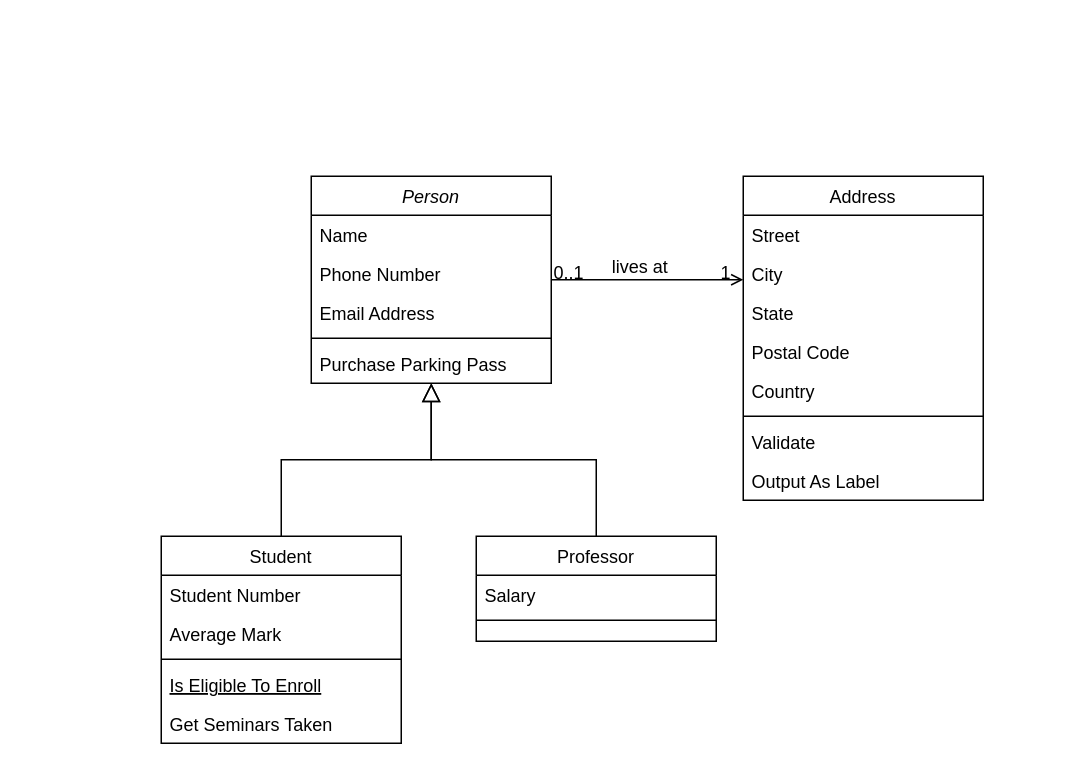
Above: AmirWork/Untitled Diagram.drawio in SENG-350-2024-fall/Team9 (draw.io), before the change. Source tidied: cells renumbered, new cells numbered last; positions are measured from the earlier drawing's top-left corner, leaving out a move shared by most shapes. Both pictures are drawn from the tidied source at 150%, with x=0, y=0 at pixel (160, 176).
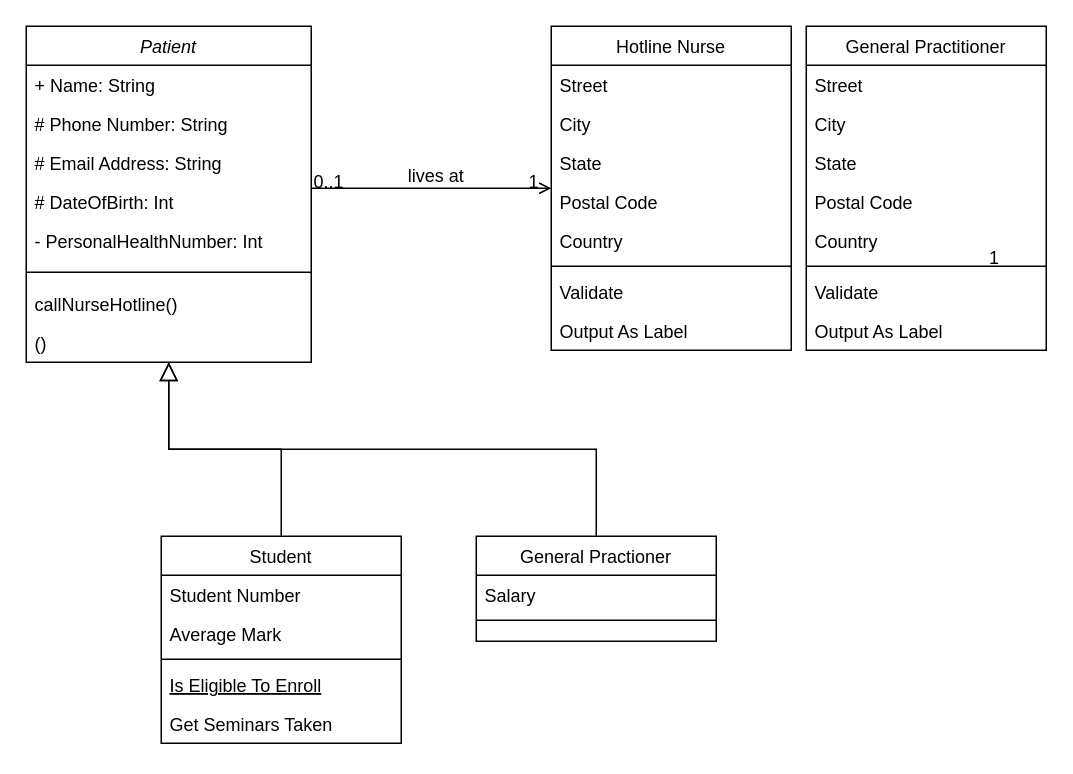
After the change.

What changed in the source:
```diff
@@
-    <mxCell id="2" value="Person" style="swimlane;fontStyle=2;align=center;verticalAlign=top;horizontal=1;startSize=26;rounded=0;shadow=0;strokeWidth=1;" parent="1" vertex="1">
-      <mxGeometry x="100" width="160" height="138" as="geometry" />
+    <mxCell id="2" value="Patient" style="swimlane;fontStyle=2;align=center;verticalAlign=top;horizontal=1;startSize=26;rounded=0;shadow=0;strokeWidth=1;" parent="1" vertex="1">
+      <mxGeometry x="-90" y="-100" width="190" height="224" as="geometry" />
     </mxCell>
-    <mxCell id="3" value="Name" style="text;align=left;verticalAlign=top;spacingLeft=4;spacingRight=4;overflow=hidden;" parent="2" vertex="1">
-      <mxGeometry y="26" width="160" height="26" as="geometry" />
+    <mxCell id="3" value="+ Name: String" style="text;align=left;verticalAlign=top;spacingLeft=4;spacingRight=4;overflow=hidden;" parent="2" vertex="1">
+      <mxGeometry y="26" width="190" height="26" as="geometry" />
     </mxCell>
-    <mxCell id="4" value="Phone Number" style="text;align=left;verticalAlign=top;spacingLeft=4;spacingRight=4;overflow=hidden;rounded=0;shadow=0;html=0;" parent="2" vertex="1">
-      <mxGeometry y="52" width="160" height="26" as="geometry" />
+    <mxCell id="4" value="# Phone Number: String" style="text;align=left;verticalAlign=top;spacingLeft=4;spacingRight=4;overflow=hidden;rounded=0;shadow=0;html=0;" parent="2" vertex="1">
+      <mxGeometry y="52" width="190" height="26" as="geometry" />
     </mxCell>
-    <mxCell id="5" value="Email Address" style="text;align=left;verticalAlign=top;spacingLeft=4;spacingRight=4;overflow=hidden;rounded=0;shadow=0;html=0;" parent="2" vertex="1">
-      <mxGeometry y="78" width="160" height="26" as="geometry" />
+    <mxCell id="5" value="# Email Address: String" style="text;align=left;verticalAlign=top;spacingLeft=4;spacingRight=4;overflow=hidden;rounded=0;shadow=0;html=0;" parent="2" vertex="1">
+      <mxGeometry y="78" width="190" height="26" as="geometry" />
     </mxCell>
+    <mxCell id="32" value="# DateOfBirth: Int" style="text;align=left;verticalAlign=top;spacingLeft=4;spacingRight=4;overflow=hidden;" parent="2" vertex="1">
+      <mxGeometry y="104" width="190" height="26" as="geometry" />
+    </mxCell>
+    <mxCell id="7" value="- PersonalHealthNumber: Int" style="text;align=left;verticalAlign=top;spacingLeft=4;spacingRight=4;overflow=hidden;" parent="2" vertex="1">
+      <mxGeometry y="130" width="190" height="26" as="geometry" />
+    </mxCell>
     <mxCell id="6" style="line;html=1;strokeWidth=1;align=left;verticalAlign=middle;spacingTop=-1;spacingLeft=3;spacingRight=3;labelPosition=right;" parent="2" vertex="1">
-      <mxGeometry y="104" width="160" height="8" as="geometry" />
+      <mxGeometry y="156" width="190" height="16" as="geometry" />
     </mxCell>
-    <mxCell id="7" value="Purchase Parking Pass" style="text;align=left;verticalAlign=top;spacingLeft=4;spacingRight=4;overflow=hidden;" parent="2" vertex="1">
-      <mxGeometry y="112" width="160" height="26" as="geometry" />
-    </mxCell>
+    <mxCell id="33" value="callNurseHotline()" style="text;align=left;verticalAlign=top;spacingLeft=4;spacingRight=4;overflow=hidden;" parent="2" vertex="1">
+      <mxGeometry y="172" width="190" height="26" as="geometry" />
+    </mxCell>
+    <mxCell id="34" value="()" style="text;align=left;verticalAlign=top;spacingLeft=4;spacingRight=4;overflow=hidden;" parent="2" vertex="1">
+      <mxGeometry y="198" width="190" height="26" as="geometry" />
+    </mxCell>
@@
-    <mxCell id="15" value="Professor" style="swimlane;fontStyle=0;align=center;verticalAlign=top;horizontal=1;startSize=26;rounded=0;shadow=0;strokeWidth=1;" parent="1" vertex="1">
+    <mxCell id="15" value="General Practioner" style="swimlane;fontStyle=0;align=center;verticalAlign=top;horizontal=1;startSize=26;rounded=0;shadow=0;strokeWidth=1;" parent="1" vertex="1">
       <mxGeometry x="210" y="240" width="160" height="70" as="geometry" />
     </mxCell>
@@
-    <mxCell id="19" value="Address" style="swimlane;fontStyle=0;align=center;verticalAlign=top;horizontal=1;startSize=26;rounded=0;shadow=0;strokeWidth=1;" parent="1" vertex="1">
-      <mxGeometry x="388" width="160" height="216" as="geometry" />
+    <mxCell id="19" value="Hotline Nurse" style="swimlane;fontStyle=0;align=center;verticalAlign=top;horizontal=1;startSize=26;rounded=0;shadow=0;strokeWidth=1;" parent="1" vertex="1">
+      <mxGeometry x="260" y="-100" width="160" height="216" as="geometry" />
     </mxCell>
@@
+    <mxCell id="35" value="General Practitioner" style="swimlane;fontStyle=0;align=center;verticalAlign=top;horizontal=1;startSize=26;rounded=0;shadow=0;strokeWidth=1;" parent="1" vertex="1">
+      <mxGeometry x="430" y="-100" width="160" height="216" as="geometry" />
+    </mxCell>
+    <mxCell id="36" value="Street" style="text;align=left;verticalAlign=top;spacingLeft=4;spacingRight=4;overflow=hidden;" parent="35" vertex="1">
+      <mxGeometry y="26" width="160" height="26" as="geometry" />
+    </mxCell>
+    <mxCell id="37" value="City" style="text;align=left;verticalAlign=top;spacingLeft=4;spacingRight=4;overflow=hidden;rounded=0;shadow=0;html=0;" parent="35" vertex="1">
+      <mxGeometry y="52" width="160" height="26" as="geometry" />
+    </mxCell>
+    <mxCell id="38" value="State" style="text;align=left;verticalAlign=top;spacingLeft=4;spacingRight=4;overflow=hidden;rounded=0;shadow=0;html=0;" parent="35" vertex="1">
+      <mxGeometry y="78" width="160" height="26" as="geometry" />
+    </mxCell>
+    <mxCell id="39" value="Postal Code" style="text;align=left;verticalAlign=top;spacingLeft=4;spacingRight=4;overflow=hidden;rounded=0;shadow=0;html=0;" parent="35" vertex="1">
+      <mxGeometry y="104" width="160" height="26" as="geometry" />
+    </mxCell>
+    <mxCell id="40" value="Country" style="text;align=left;verticalAlign=top;spacingLeft=4;spacingRight=4;overflow=hidden;rounded=0;shadow=0;html=0;" parent="35" vertex="1">
+      <mxGeometry y="130" width="160" height="26" as="geometry" />
+    </mxCell>
+    <mxCell id="41" style="line;html=1;strokeWidth=1;align=left;verticalAlign=middle;spacingTop=-1;spacingLeft=3;spacingRight=3;labelPosition=right;" parent="35" vertex="1">
+      <mxGeometry y="156" width="160" height="8" as="geometry" />
+    </mxCell>
+    <mxCell id="42" value="Validate" style="text;align=left;verticalAlign=top;spacingLeft=4;spacingRight=4;overflow=hidden;" parent="35" vertex="1">
+      <mxGeometry y="164" width="160" height="26" as="geometry" />
+    </mxCell>
+    <mxCell id="43" value="Output As Label" style="text;align=left;verticalAlign=top;spacingLeft=4;spacingRight=4;overflow=hidden;" parent="35" vertex="1">
+      <mxGeometry y="190" width="160" height="26" as="geometry" />
+    </mxCell>
+    <mxCell id="44" value="1" style="align=right;verticalAlign=bottom;labelBackgroundColor=none;fontSize=12;" parent="1" vertex="1">
+      <mxGeometry x="560" y="63" as="geometry" />
+    </mxCell>
```
